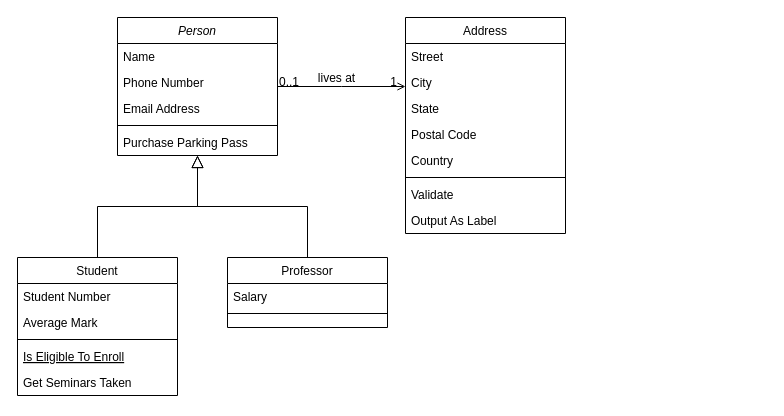
This is 제목 없는 다이어그램.drawio from 0abcde0/Git-Tutorial, a draw.io file, before an edit. Source tidied: cells renumbered, new cells numbered last; positions are measured from the earlier drawing's top-left corner, leaving out a move shared by most shapes. Both pictures are drawn from the tidied source at 100%, with x=0, y=0 at pixel (17, 17).
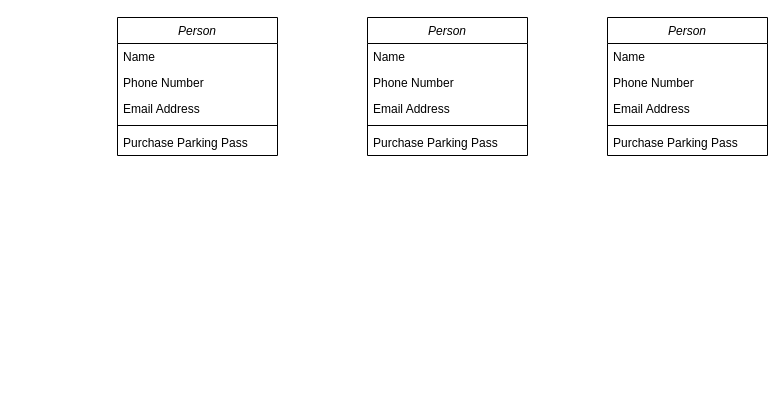
The same diagram, later.

Commit message:
제목 없는 다이어그램.drawio 업데이트

Unchanged cells that the change refers to:
```xml
<mxCell id="2" value="Person" style="swimlane;fontStyle=2;align=center;verticalAlign=top;horizontal=1;startSize=26;rounded=0;shadow=0;strokeWidth=1;" parent="1" vertex="1">
  <mxGeometry x="100" width="160" height="138" as="geometry" />
</mxCell>
```

The edit, as a diff of the source:
```diff
@@
-    <mxCell id="8" value="Student" style="swimlane;fontStyle=0;align=center;verticalAlign=top;horizontal=1;startSize=26;rounded=0;shadow=0;strokeWidth=1;" parent="1" vertex="1">
-      <mxGeometry y="240" width="160" height="138" as="geometry" />
-    </mxCell>
-    <mxCell id="9" value="Student Number" style="text;align=left;verticalAlign=top;spacingLeft=4;spacingRight=4;overflow=hidden;" parent="8" vertex="1">
-      <mxGeometry y="26" width="160" height="26" as="geometry" />
-    </mxCell>
-    <mxCell id="10" value="Average Mark" style="text;align=left;verticalAlign=top;spacingLeft=4;spacingRight=4;overflow=hidden;rounded=0;shadow=0;html=0;" parent="8" vertex="1">
-      <mxGeometry y="52" width="160" height="26" as="geometry" />
-    </mxCell>
-    <mxCell id="11" style="line;html=1;strokeWidth=1;align=left;verticalAlign=middle;spacingTop=-1;spacingLeft=3;spacingRight=3;labelPosition=right;" parent="8" vertex="1">
-      <mxGeometry y="78" width="160" height="8" as="geometry" />
-    </mxCell>
-    <mxCell id="12" value="Is Eligible To Enroll" style="text;align=left;verticalAlign=top;spacingLeft=4;spacingRight=4;overflow=hidden;fontStyle=4;" parent="8" vertex="1">
-      <mxGeometry y="86" width="160" height="26" as="geometry" />
-    </mxCell>
-    <mxCell id="13" value="Get Seminars Taken" style="text;align=left;verticalAlign=top;spacingLeft=4;spacingRight=4;overflow=hidden;" parent="8" vertex="1">
-      <mxGeometry y="112" width="160" height="26" as="geometry" />
-    </mxCell>
-    <mxCell id="14" style="endArrow=block;endSize=10;endFill=0;shadow=0;strokeWidth=1;rounded=0;edgeStyle=elbowEdgeStyle;elbow=vertical;" parent="1" edge="1" source="8" target="2">
-      <mxGeometry relative="1" as="geometry" />
-    </mxCell>
-    <mxCell id="15" value="Professor" style="swimlane;fontStyle=0;align=center;verticalAlign=top;horizontal=1;startSize=26;rounded=0;shadow=0;strokeWidth=1;" parent="1" vertex="1">
-      <mxGeometry x="210" y="240" width="160" height="70" as="geometry" />
-    </mxCell>
-    <mxCell id="16" value="Salary" style="text;align=left;verticalAlign=top;spacingLeft=4;spacingRight=4;overflow=hidden;" parent="15" vertex="1">
-      <mxGeometry y="26" width="160" height="26" as="geometry" />
-    </mxCell>
-    <mxCell id="17" style="line;html=1;strokeWidth=1;align=left;verticalAlign=middle;spacingTop=-1;spacingLeft=3;spacingRight=3;labelPosition=right;" parent="15" vertex="1">
-      <mxGeometry y="52" width="160" height="8" as="geometry" />
-    </mxCell>
-    <mxCell id="18" style="endArrow=block;endSize=10;endFill=0;shadow=0;strokeWidth=1;rounded=0;edgeStyle=elbowEdgeStyle;elbow=vertical;" parent="1" edge="1" source="15" target="2">
-      <mxGeometry relative="1" as="geometry" />
-    </mxCell>
-    <mxCell id="19" value="Address" style="swimlane;fontStyle=0;align=center;verticalAlign=top;horizontal=1;startSize=26;rounded=0;shadow=0;strokeWidth=1;" parent="1" vertex="1">
-      <mxGeometry x="388" width="160" height="216" as="geometry" />
-    </mxCell>
-    <mxCell id="20" value="Street" style="text;align=left;verticalAlign=top;spacingLeft=4;spacingRight=4;overflow=hidden;" parent="19" vertex="1">
-      <mxGeometry y="26" width="160" height="26" as="geometry" />
-    </mxCell>
-    <mxCell id="21" value="City" style="text;align=left;verticalAlign=top;spacingLeft=4;spacingRight=4;overflow=hidden;rounded=0;shadow=0;html=0;" parent="19" vertex="1">
-      <mxGeometry y="52" width="160" height="26" as="geometry" />
-    </mxCell>
-    <mxCell id="22" value="State" style="text;align=left;verticalAlign=top;spacingLeft=4;spacingRight=4;overflow=hidden;rounded=0;shadow=0;html=0;" parent="19" vertex="1">
-      <mxGeometry y="78" width="160" height="26" as="geometry" />
-    </mxCell>
-    <mxCell id="23" value="Postal Code" style="text;align=left;verticalAlign=top;spacingLeft=4;spacingRight=4;overflow=hidden;rounded=0;shadow=0;html=0;" parent="19" vertex="1">
-      <mxGeometry y="104" width="160" height="26" as="geometry" />
-    </mxCell>
-    <mxCell id="24" value="Country" style="text;align=left;verticalAlign=top;spacingLeft=4;spacingRight=4;overflow=hidden;rounded=0;shadow=0;html=0;" parent="19" vertex="1">
-      <mxGeometry y="130" width="160" height="26" as="geometry" />
-    </mxCell>
-    <mxCell id="25" style="line;html=1;strokeWidth=1;align=left;verticalAlign=middle;spacingTop=-1;spacingLeft=3;spacingRight=3;labelPosition=right;" parent="19" vertex="1">
-      <mxGeometry y="156" width="160" height="8" as="geometry" />
-    </mxCell>
-    <mxCell id="26" value="Validate" style="text;align=left;verticalAlign=top;spacingLeft=4;spacingRight=4;overflow=hidden;" parent="19" vertex="1">
-      <mxGeometry y="164" width="160" height="26" as="geometry" />
-    </mxCell>
-    <mxCell id="27" value="Output As Label" style="text;align=left;verticalAlign=top;spacingLeft=4;spacingRight=4;overflow=hidden;" parent="19" vertex="1">
-      <mxGeometry y="190" width="160" height="26" as="geometry" />
-    </mxCell>
-    <mxCell id="28" style="endArrow=open;shadow=0;strokeWidth=1;rounded=0;endFill=1;edgeStyle=elbowEdgeStyle;elbow=vertical;" parent="1" edge="1" source="2" target="19">
-      <mxGeometry x="0.5" y="41" relative="1" as="geometry">
-        <mxPoint x="-40" y="32" as="offset" />
-      </mxGeometry>
-    </mxCell>
-    <mxCell id="29" value="0..1" style="align=left;verticalAlign=bottom;labelBackgroundColor=none;fontSize=12;" parent="28" vertex="1">
-      <mxGeometry x="-1" relative="1" as="geometry">
-        <mxPoint y="4" as="offset" />
-      </mxGeometry>
-    </mxCell>
-    <mxCell id="30" value="1" style="align=right;verticalAlign=bottom;labelBackgroundColor=none;fontSize=12;" parent="28" vertex="1">
-      <mxGeometry x="1" relative="1" as="geometry">
-        <mxPoint x="-7" y="4" as="offset" />
-      </mxGeometry>
-    </mxCell>
-    <mxCell id="31" value="lives at" style="text;html=1;align=center;verticalAlign=middle;labelBackgroundColor=none;rounded=0;shadow=0;strokeWidth=1;fontSize=12;" parent="28" vertex="1">
-      <mxGeometry x="0.5" y="49" relative="1" as="geometry">
-        <mxPoint x="-38" y="40" as="offset" />
-      </mxGeometry>
-    </mxCell>
+    <mxCell id="32" value="Person" style="swimlane;fontStyle=2;align=center;verticalAlign=top;horizontal=1;startSize=26;rounded=0;shadow=0;strokeWidth=1;" parent="1" vertex="1">
+      <mxGeometry x="350" width="160" height="138" as="geometry" />
+    </mxCell>
+    <mxCell id="33" value="Name" style="text;align=left;verticalAlign=top;spacingLeft=4;spacingRight=4;overflow=hidden;" parent="32" vertex="1">
+      <mxGeometry y="26" width="160" height="26" as="geometry" />
+    </mxCell>
+    <mxCell id="34" value="Phone Number" style="text;align=left;verticalAlign=top;spacingLeft=4;spacingRight=4;overflow=hidden;rounded=0;shadow=0;html=0;" parent="32" vertex="1">
+      <mxGeometry y="52" width="160" height="26" as="geometry" />
+    </mxCell>
+    <mxCell id="35" value="Email Address" style="text;align=left;verticalAlign=top;spacingLeft=4;spacingRight=4;overflow=hidden;rounded=0;shadow=0;html=0;" parent="32" vertex="1">
+      <mxGeometry y="78" width="160" height="26" as="geometry" />
+    </mxCell>
+    <mxCell id="36" style="line;html=1;strokeWidth=1;align=left;verticalAlign=middle;spacingTop=-1;spacingLeft=3;spacingRight=3;labelPosition=right;" parent="32" vertex="1">
+      <mxGeometry y="104" width="160" height="8" as="geometry" />
+    </mxCell>
+    <mxCell id="37" value="Purchase Parking Pass" style="text;align=left;verticalAlign=top;spacingLeft=4;spacingRight=4;overflow=hidden;" parent="32" vertex="1">
+      <mxGeometry y="112" width="160" height="26" as="geometry" />
+    </mxCell>
+    <mxCell id="38" value="Person" style="swimlane;fontStyle=2;align=center;verticalAlign=top;horizontal=1;startSize=26;rounded=0;shadow=0;strokeWidth=1;" parent="1" vertex="1">
+      <mxGeometry x="590" width="160" height="138" as="geometry" />
+    </mxCell>
+    <mxCell id="39" value="Name" style="text;align=left;verticalAlign=top;spacingLeft=4;spacingRight=4;overflow=hidden;" parent="38" vertex="1">
+      <mxGeometry y="26" width="160" height="26" as="geometry" />
+    </mxCell>
+    <mxCell id="40" value="Phone Number" style="text;align=left;verticalAlign=top;spacingLeft=4;spacingRight=4;overflow=hidden;rounded=0;shadow=0;html=0;" parent="38" vertex="1">
+      <mxGeometry y="52" width="160" height="26" as="geometry" />
+    </mxCell>
+    <mxCell id="41" value="Email Address" style="text;align=left;verticalAlign=top;spacingLeft=4;spacingRight=4;overflow=hidden;rounded=0;shadow=0;html=0;" parent="38" vertex="1">
+      <mxGeometry y="78" width="160" height="26" as="geometry" />
+    </mxCell>
+    <mxCell id="42" style="line;html=1;strokeWidth=1;align=left;verticalAlign=middle;spacingTop=-1;spacingLeft=3;spacingRight=3;labelPosition=right;" parent="38" vertex="1">
+      <mxGeometry y="104" width="160" height="8" as="geometry" />
+    </mxCell>
+    <mxCell id="43" value="Purchase Parking Pass" style="text;align=left;verticalAlign=top;spacingLeft=4;spacingRight=4;overflow=hidden;" parent="38" vertex="1">
+      <mxGeometry y="112" width="160" height="26" as="geometry" />
+    </mxCell>
```
